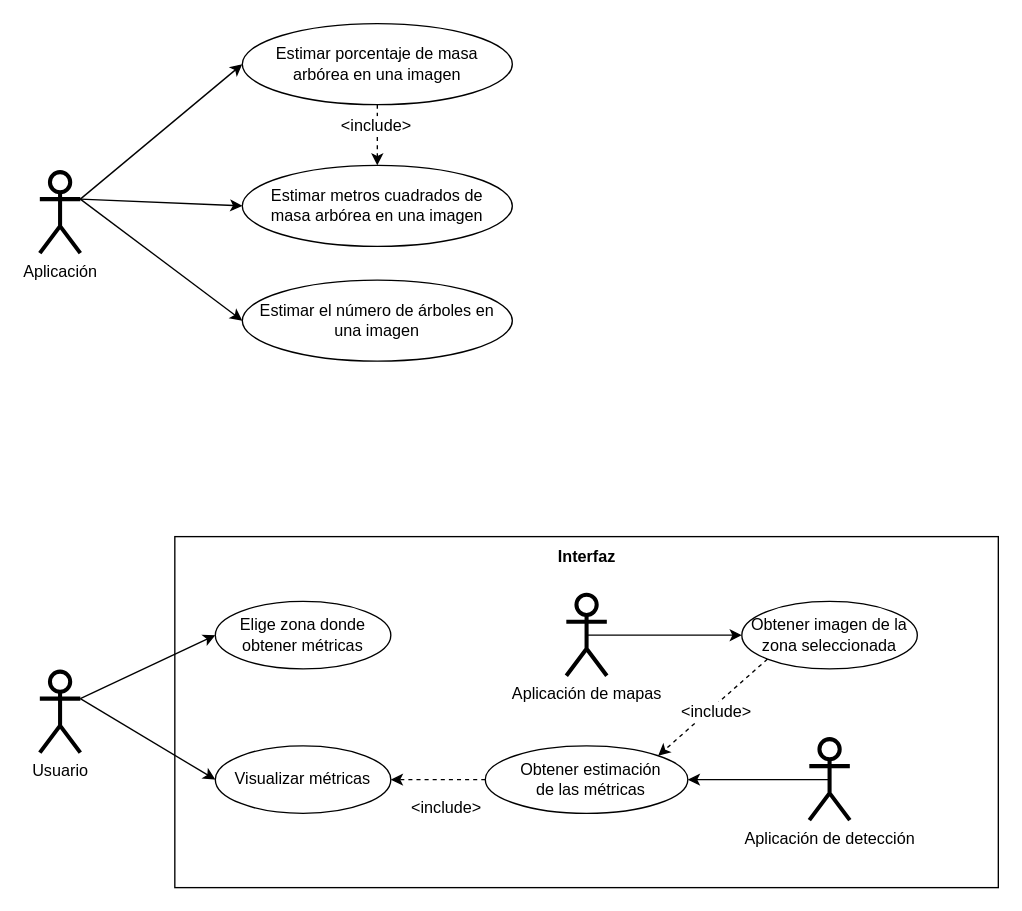
Earlier version of the draw.io diagram docs/UseCases.drawio (dsilvalo28/AIVA-DAIA). Source tidied: cells renumbered, new cells numbered last; positions are measured from the earlier drawing's top-left corner, leaving out a move shared by most shapes. Both pictures are drawn from the tidied source at 135%, with x=0, y=0 at pixel (39, 23).
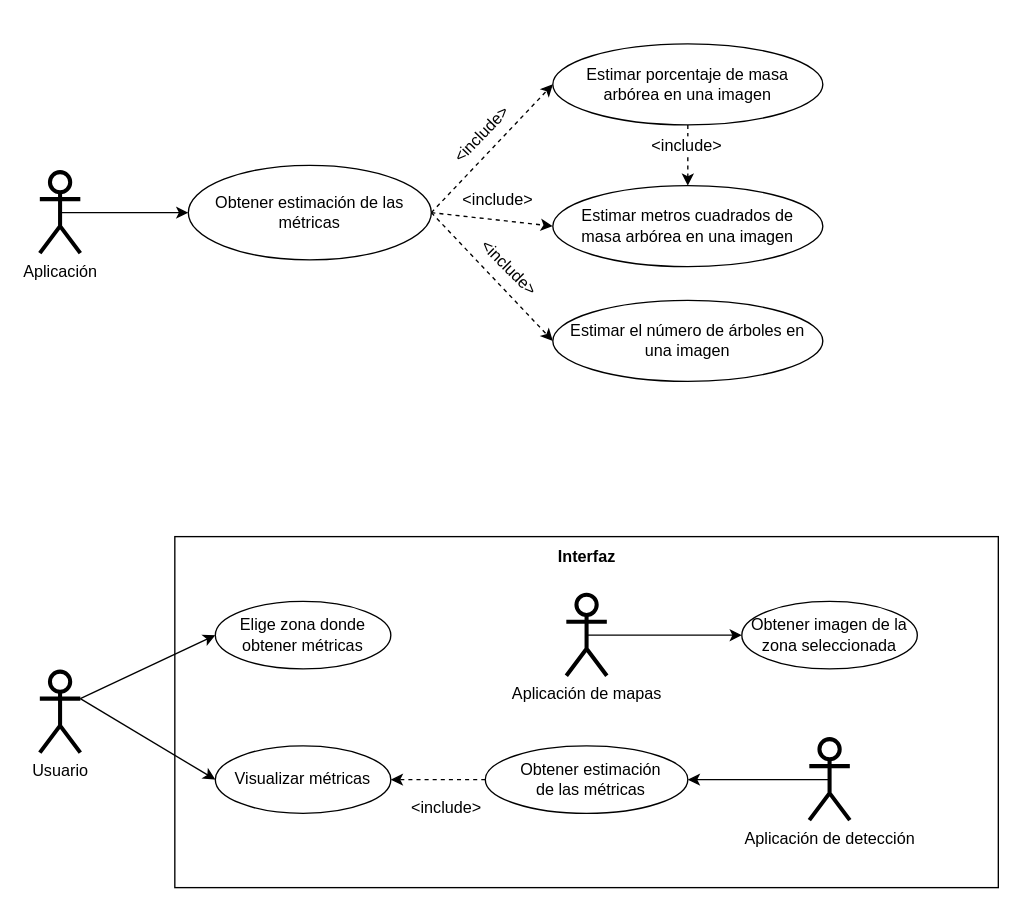
The same diagram, later.

The change refers to these unchanged cells:
```xml
<mxCell id="14" value="Obtener imagen de la zona seleccionada" style="ellipse;whiteSpace=wrap;html=1;" parent="1" vertex="1">
  <mxGeometry x="520" y="428" width="130" height="50" as="geometry" />
</mxCell>
<mxCell id="17" value="&amp;nbsp; &amp;nbsp; &amp;nbsp; &amp;nbsp;Obtener estimación&amp;nbsp; &amp;nbsp; &amp;nbsp; &amp;nbsp; de las métricas" style="ellipse;whiteSpace=wrap;html=1;" parent="1" vertex="1">
  <mxGeometry x="330" y="535" width="150" height="50" as="geometry" />
</mxCell>
<mxCell id="21" value="Aplicación" style="shape=umlActor;verticalLabelPosition=bottom;labelBackgroundColor=#ffffff;verticalAlign=top;html=1;strokeWidth=3;" parent="1" vertex="1">
  <mxGeometry y="110" width="30" height="60" as="geometry" />
</mxCell>
```

What changed in the source:
```diff
@@
-    <mxCell id="12" style="edgeStyle=none;rounded=0;jettySize=auto;html=1;exitX=0;exitY=1;exitDx=0;exitDy=0;entryX=1;entryY=0;entryDx=0;entryDy=0;dashed=1;strokeColor=#000000;strokeWidth=1;" parent="1" edge="1" source="14" target="17">
-      <mxGeometry relative="1" as="geometry" />
-    </mxCell>
-    <mxCell id="13" value="&amp;lt;include&amp;gt;" style="text;html=1;align=center;verticalAlign=middle;labelBackgroundColor=#ffffff;" parent="12" vertex="1">
-      <mxGeometry x="0.29" y="2" relative="1" as="geometry">
-        <mxPoint x="12.1" y="-8.6" as="offset" />
-      </mxGeometry>
-    </mxCell>
@@
-    <mxCell id="18" style="edgeStyle=none;rounded=0;jettySize=auto;html=1;exitX=1;exitY=0.3333333333333333;exitDx=0;exitDy=0;exitPerimeter=0;entryX=0;entryY=0.5;entryDx=0;entryDy=0;strokeColor=#000000;strokeWidth=1;" parent="1" edge="1" source="21" target="25">
+    <mxCell id="18" style="edgeStyle=none;rounded=0;jettySize=auto;html=1;exitX=1;exitY=0.5;exitDx=0;exitDy=0;entryX=0;entryY=0.5;entryDx=0;entryDy=0;strokeColor=#000000;strokeWidth=1;dashed=1;" parent="1" edge="1" source="28" target="25">
       <mxGeometry relative="1" as="geometry" />
     </mxCell>
-    <mxCell id="19" style="edgeStyle=none;rounded=0;jettySize=auto;html=1;exitX=1;exitY=0.3333333333333333;exitDx=0;exitDy=0;exitPerimeter=0;entryX=0;entryY=0.5;entryDx=0;entryDy=0;strokeColor=#000000;strokeWidth=1;" parent="1" edge="1" source="21" target="22">
+    <mxCell id="19" style="edgeStyle=none;rounded=0;jettySize=auto;html=1;exitX=1;exitY=0.5;exitDx=0;exitDy=0;entryX=0;entryY=0.5;entryDx=0;entryDy=0;strokeColor=#000000;strokeWidth=1;dashed=1;" parent="1" edge="1" source="28" target="22">
       <mxGeometry relative="1" as="geometry" />
     </mxCell>
-    <mxCell id="20" style="edgeStyle=none;rounded=0;jettySize=auto;html=1;exitX=1;exitY=0.3333333333333333;exitDx=0;exitDy=0;exitPerimeter=0;entryX=0;entryY=0.5;entryDx=0;entryDy=0;strokeColor=#000000;strokeWidth=1;" parent="1" edge="1" source="21" target="26">
+    <mxCell id="20" style="edgeStyle=none;rounded=0;jettySize=auto;html=1;exitX=1;exitY=0.5;exitDx=0;exitDy=0;entryX=0;entryY=0.5;entryDx=0;entryDy=0;strokeColor=#000000;strokeWidth=1;dashed=1;" parent="1" edge="1" source="28" target="26">
       <mxGeometry relative="1" as="geometry" />
     </mxCell>
+    <mxCell id="27" style="edgeStyle=orthogonalEdgeStyle;rounded=0;jettySize=auto;html=1;exitX=0.5;exitY=0.5;exitDx=0;exitDy=0;exitPerimeter=0;entryX=0;entryY=0.5;entryDx=0;entryDy=0;" parent="1" edge="1" source="21" target="28">
+      <mxGeometry relative="1" as="geometry" />
+    </mxCell>
@@
     <mxCell id="22" value="Estimar metros cuadrados de masa arbórea en una imagen" style="ellipse;whiteSpace=wrap;align=center;html=1;spacingLeft=8;spacingRight=8;" parent="1" vertex="1">
-      <mxGeometry x="150" y="105" width="200" height="60" as="geometry" />
+      <mxGeometry x="380" y="120" width="200" height="60" as="geometry" />
     </mxCell>
@@
     <mxCell id="25" value="Estimar porcentaje de masa arbórea en una imagen" style="ellipse;whiteSpace=wrap;align=center;html=1;spacingLeft=8;spacingRight=8;" parent="1" vertex="1">
-      <mxGeometry x="150" width="200" height="60" as="geometry" />
+      <mxGeometry x="380" y="15" width="200" height="60" as="geometry" />
     </mxCell>
     <mxCell id="26" value="Estimar el número de árboles en una imagen" style="ellipse;whiteSpace=wrap;align=center;html=1;spacingLeft=8;spacingRight=8;" parent="1" vertex="1">
-      <mxGeometry x="150" y="190" width="200" height="60" as="geometry" />
+      <mxGeometry x="380" y="205" width="200" height="60" as="geometry" />
     </mxCell>
+    <mxCell id="28" value="Obtener estimación de las métricas" style="ellipse;whiteSpace=wrap;html=1;" parent="1" vertex="1">
+      <mxGeometry x="110" y="105" width="180" height="70" as="geometry" />
+    </mxCell>
+    <mxCell id="29" value="&amp;lt;include&amp;gt;" style="text;html=1;align=center;verticalAlign=middle;labelBackgroundColor=#ffffff;rotation=45;" parent="1" vertex="1">
+      <mxGeometry x="370" y="175" as="geometry">
+        <mxPoint x="-12" y="20" as="offset" />
+      </mxGeometry>
+    </mxCell>
+    <mxCell id="30" value="&amp;lt;include&amp;gt;" style="text;html=1;align=center;verticalAlign=middle;labelBackgroundColor=#ffffff;rotation=-46;" parent="1" vertex="1">
+      <mxGeometry x="320" y="60" as="geometry">
+        <mxPoint x="-12" y="20" as="offset" />
+      </mxGeometry>
+    </mxCell>
+    <mxCell id="13" value="&amp;lt;include&amp;gt;" style="text;html=1;align=center;verticalAlign=middle;labelBackgroundColor=#ffffff;" parent="1" vertex="1">
+      <mxGeometry x="350" y="110" as="geometry">
+        <mxPoint x="-12" y="20" as="offset" />
+      </mxGeometry>
+    </mxCell>
```
